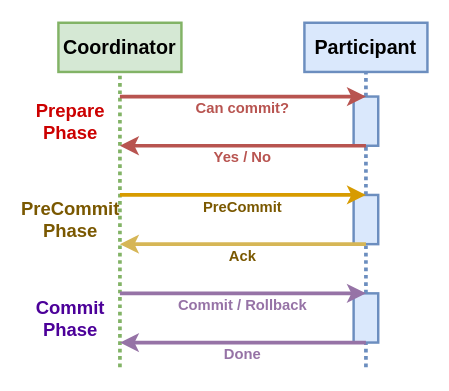
Before: diagrams/draw_io/3pc_small.drawio in wuyichen24/system-design-knowledge, a draw.io diagram. Source tidied: cells renumbered, new cells numbered last; positions are measured from the earlier drawing's top-left corner, leaving out a move shared by most shapes. Both pictures are drawn from the tidied source at 123%, with x=0, y=0 at pixel (21, 22).
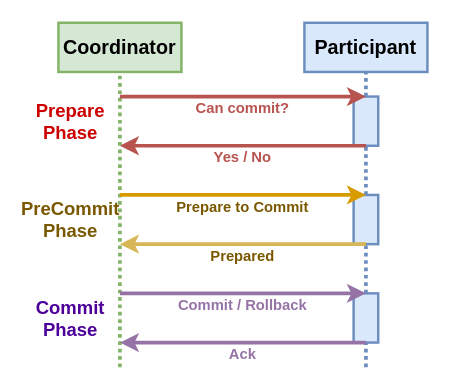
The same page after the edit.

What changed in the source:
```diff
@@
-    <mxCell id="17" value="&lt;font size=&quot;1&quot; color=&quot;#9673a6&quot;&gt;&lt;b style=&quot;font-size: 12px&quot;&gt;Done&lt;/b&gt;&lt;/font&gt;" style="text;html=1;strokeColor=none;fillColor=none;align=center;verticalAlign=middle;whiteSpace=wrap;rounded=0;" parent="1" vertex="1">
+    <mxCell id="17" value="&lt;font size=&quot;1&quot; color=&quot;#9673a6&quot;&gt;&lt;b style=&quot;font-size: 12px&quot;&gt;Ack&lt;/b&gt;&lt;/font&gt;" style="text;html=1;strokeColor=none;fillColor=none;align=center;verticalAlign=middle;whiteSpace=wrap;rounded=0;" parent="1" vertex="1">
       <mxGeometry x="110" y="260" width="140" height="20" as="geometry" />
     </mxCell>
@@
-    <mxCell id="24" value="&lt;font size=&quot;1&quot; color=&quot;#7a5800&quot;&gt;&lt;b style=&quot;font-size: 12px&quot;&gt;PreCommit&lt;/b&gt;&lt;/font&gt;" style="text;html=1;strokeColor=none;fillColor=none;align=center;verticalAlign=middle;whiteSpace=wrap;rounded=0;" parent="1" vertex="1">
+    <mxCell id="24" value="&lt;font size=&quot;1&quot; color=&quot;#7a5800&quot;&gt;&lt;b style=&quot;font-size: 12px&quot;&gt;Prepare to Commit&lt;/b&gt;&lt;/font&gt;" style="text;html=1;strokeColor=none;fillColor=none;align=center;verticalAlign=middle;whiteSpace=wrap;rounded=0;" parent="1" vertex="1">
       <mxGeometry x="110" y="140" width="140" height="20" as="geometry" />
     </mxCell>
-    <mxCell id="25" value="&lt;font size=&quot;1&quot; color=&quot;#7a5800&quot;&gt;&lt;b style=&quot;font-size: 12px&quot;&gt;Ack&lt;/b&gt;&lt;/font&gt;" style="text;html=1;strokeColor=none;fillColor=none;align=center;verticalAlign=middle;whiteSpace=wrap;rounded=0;" parent="1" vertex="1">
+    <mxCell id="25" value="&lt;font size=&quot;1&quot; color=&quot;#7a5800&quot;&gt;&lt;b style=&quot;font-size: 12px&quot;&gt;Prepared&lt;/b&gt;&lt;/font&gt;" style="text;html=1;strokeColor=none;fillColor=none;align=center;verticalAlign=middle;whiteSpace=wrap;rounded=0;" parent="1" vertex="1">
       <mxGeometry x="110" y="180" width="140" height="20" as="geometry" />
     </mxCell>
```
